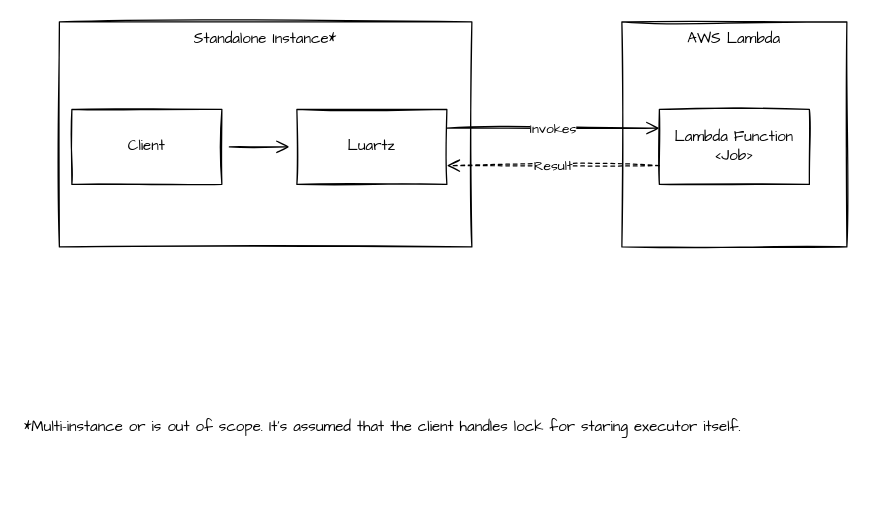
The draw.io diagram page "PhysicalArch" (2 of 2) of lambda-job-scheduler.drawio in zatsepinvl/lambda-job-scheduler, before the edit. Source tidied: cells renumbered, new cells numbered last; positions are measured from the earlier drawing's top-left corner, leaving out a move shared by most shapes. Both pictures are drawn from the tidied source at 125%, with x=0, y=0 at pixel (21, 21).
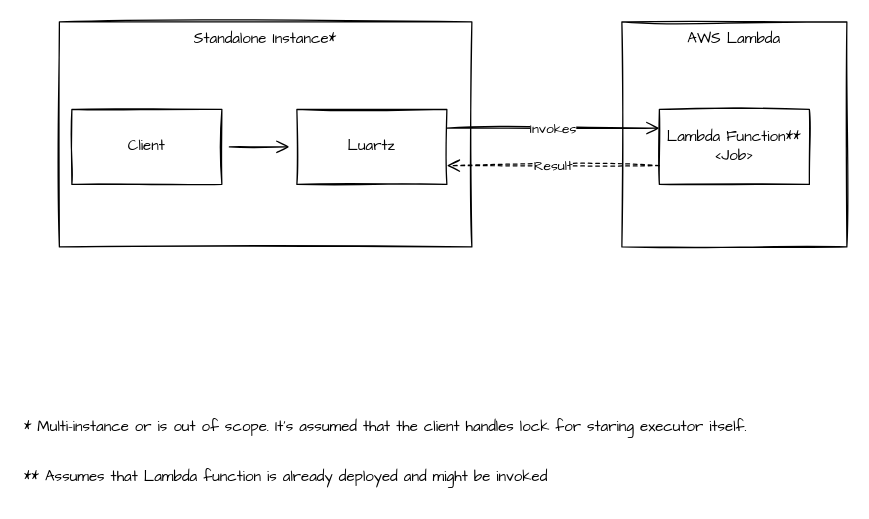
Above is the later version.

Change to the diagram source:
```diff
@@
 <mxGraphModel>
   <root>
     <mxCell id="0" />
     <mxCell id="1" parent="0" />
     <mxCell id="2" value="Standalone Instance*" style="rounded=0;whiteSpace=wrap;html=1;sketch=1;fontFamily=Comic Sans MS;verticalAlign=top;" parent="1" vertex="1">
       <mxGeometry x="30" width="330" height="180" as="geometry" />
     </mxCell>
     <mxCell id="3" value="Luartz" style="rounded=0;whiteSpace=wrap;html=1;sketch=1;fontFamily=Comic Sans MS;" parent="1" vertex="1">
       <mxGeometry x="220" y="70" width="120" height="60" as="geometry" />
     </mxCell>
     <mxCell id="4" style="edgeStyle=none;rounded=0;sketch=1;jettySize=auto;html=1;fontFamily=Comic Sans MS;endArrow=open;endFill=0;startSize=8;endSize=8;sourcePerimeterSpacing=6;targetPerimeterSpacing=6;" parent="1" edge="1" source="5" target="3">
       <mxGeometry relative="1" as="geometry" />
     </mxCell>
     <mxCell id="5" value="Client" style="rounded=0;whiteSpace=wrap;html=1;sketch=1;fontFamily=Comic Sans MS;" parent="1" vertex="1">
       <mxGeometry x="40" y="70" width="120" height="60" as="geometry" />
     </mxCell>
     <mxCell id="6" value="AWS Lambda" style="rounded=0;whiteSpace=wrap;html=1;sketch=1;fontFamily=Comic Sans MS;verticalAlign=top;" parent="1" vertex="1">
       <mxGeometry x="480" width="180" height="180" as="geometry" />
     </mxCell>
-    <mxCell id="7" value="Lambda Function&lt;br&gt;&amp;lt;Job&amp;gt;" style="rounded=0;whiteSpace=wrap;html=1;sketch=1;fontFamily=Comic Sans MS;" parent="1" vertex="1">
+    <mxCell id="7" value="Lambda Function**&lt;br&gt;&amp;lt;Job&amp;gt;" style="rounded=0;whiteSpace=wrap;html=1;sketch=1;fontFamily=Comic Sans MS;" parent="1" vertex="1">
       <mxGeometry x="510" y="70" width="120" height="60" as="geometry" />
     </mxCell>
-    <mxCell id="8" value="*Multi-instance or is out of scope. It's assumed that the client handles lock for staring executor itself.&amp;nbsp;" style="text;html=1;align=left;verticalAlign=middle;strokeColor=none;fillColor=none;fontFamily=Comic Sans MS;" parent="1" vertex="1">
+    <mxCell id="8" value="* Multi-instance or is out of scope. It's assumed that the client handles lock for staring executor itself.&amp;nbsp;" style="text;html=1;align=left;verticalAlign=middle;strokeColor=none;fillColor=none;fontFamily=Comic Sans MS;" parent="1" vertex="1">
       <mxGeometry y="310" width="610" height="30" as="geometry" />
     </mxCell>
     <mxCell id="9" value="Invokes" style="edgeStyle=none;rounded=0;sketch=1;jettySize=auto;html=1;fontFamily=Comic Sans MS;endArrow=open;endFill=0;startSize=8;endSize=8;sourcePerimeterSpacing=6;targetPerimeterSpacing=6;exitX=1;exitY=0.25;exitDx=0;exitDy=0;entryX=0;entryY=0.25;entryDx=0;entryDy=0;" parent="1" edge="1" source="3" target="7">
       <mxGeometry relative="1" as="geometry" />
     </mxCell>
     <mxCell id="10" value="Result" style="edgeStyle=none;rounded=0;sketch=1;jettySize=auto;html=1;fontFamily=Comic Sans MS;endArrow=open;endFill=0;startSize=8;endSize=8;sourcePerimeterSpacing=6;targetPerimeterSpacing=6;exitX=0;exitY=0.75;exitDx=0;exitDy=0;entryX=1;entryY=0.75;entryDx=0;entryDy=0;dashed=1;" parent="1" edge="1" source="7" target="3">
       <mxGeometry relative="1" as="geometry" />
     </mxCell>
+    <mxCell id="11" value="** Assumes that Lambda function is already deployed and might be invoked&amp;nbsp;" style="text;html=1;align=left;verticalAlign=middle;strokeColor=none;fillColor=none;fontFamily=Comic Sans MS;" parent="1" vertex="1">
+      <mxGeometry y="350" width="450" height="30" as="geometry" />
+    </mxCell>
   </root>
 </mxGraphModel>
```
